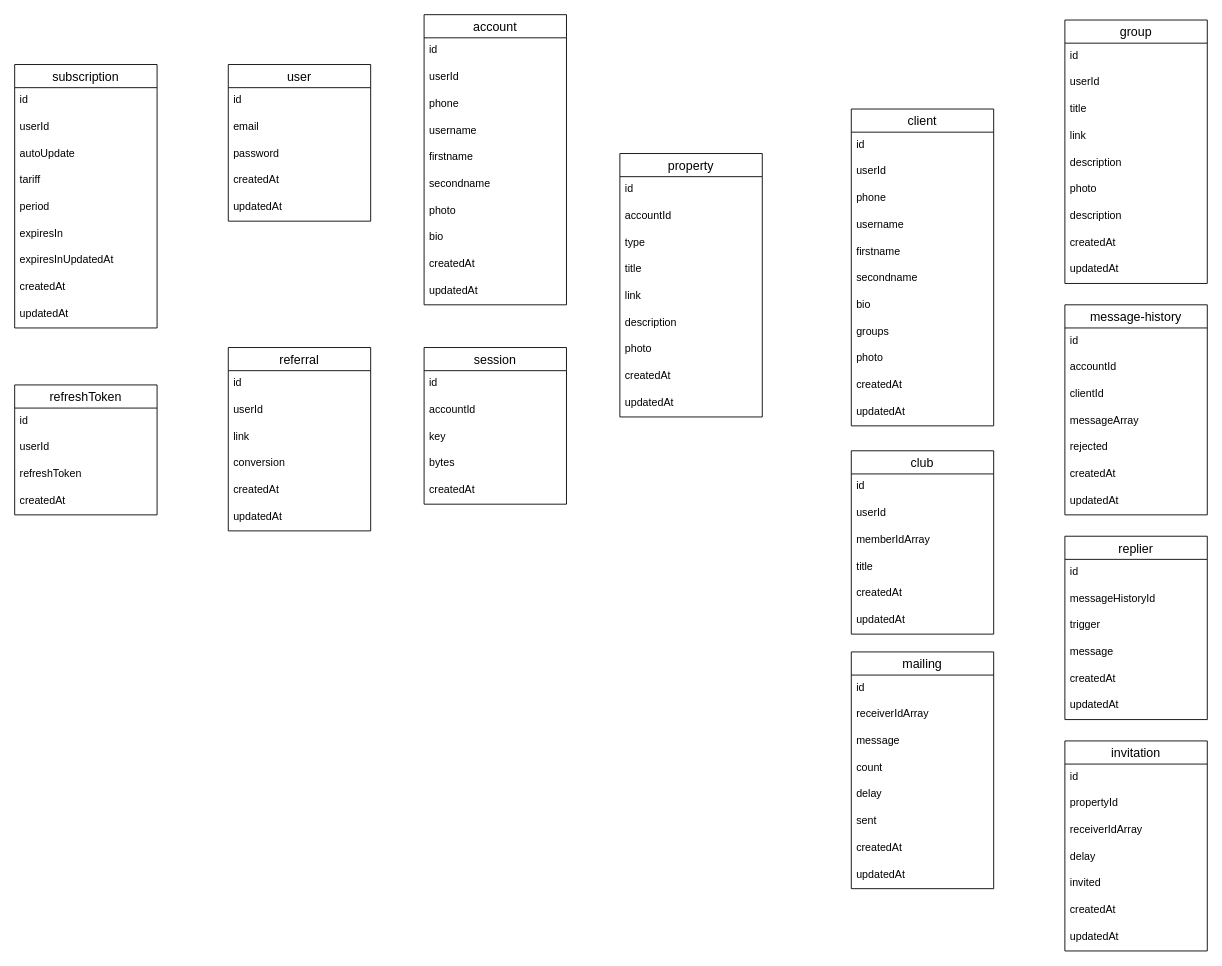
Nick-Fed-Al-dev/telepanel keeps this draw.io diagram as schema.drawio. Above is the earlier version. Source tidied: cells renumbered, new cells numbered last; positions are measured from the earlier drawing's top-left corner, leaving out a move shared by most shapes. Both pictures are drawn from the tidied source at 89%, with x=0, y=0 at pixel (14, 14).
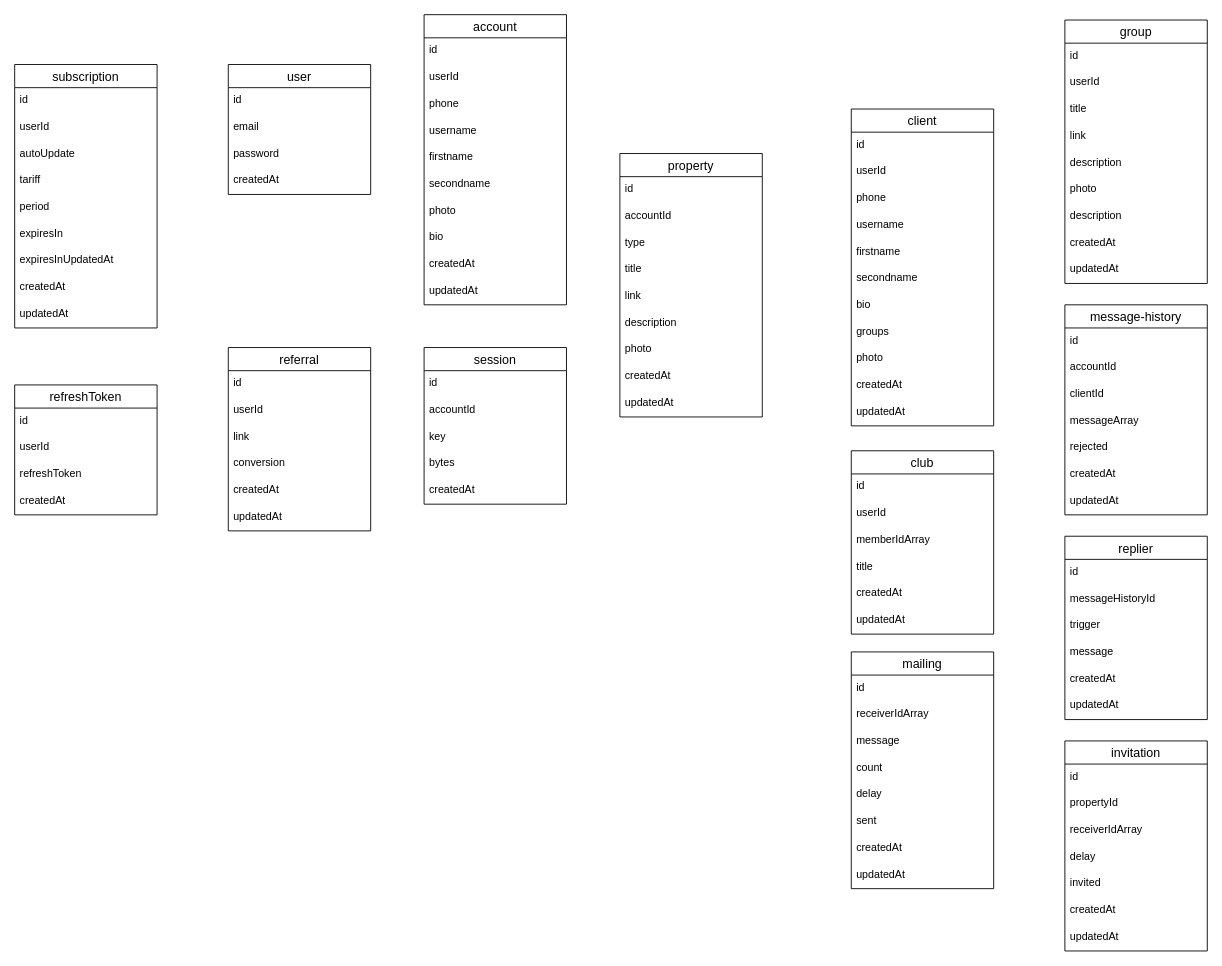
Above is the later version.

Change to the diagram source:
```diff
@@
     <mxCell id="2" value="user" style="swimlane;fontStyle=0;horizontal=1;startSize=26;align=center;fontSize=14;" parent="1" vertex="1">
-      <mxGeometry x="240" y="56" width="160" height="176" as="geometry" />
+      <mxGeometry x="240" y="56" width="160" height="146" as="geometry" />
     </mxCell>
@@
-    <mxCell id="7" value="updatedAt" style="text;strokeColor=none;fillColor=none;spacingLeft=4;spacingRight=4;overflow=hidden;fontSize=12;" parent="2" vertex="1">
-      <mxGeometry y="146" width="160" height="30" as="geometry" />
-    </mxCell>
```
